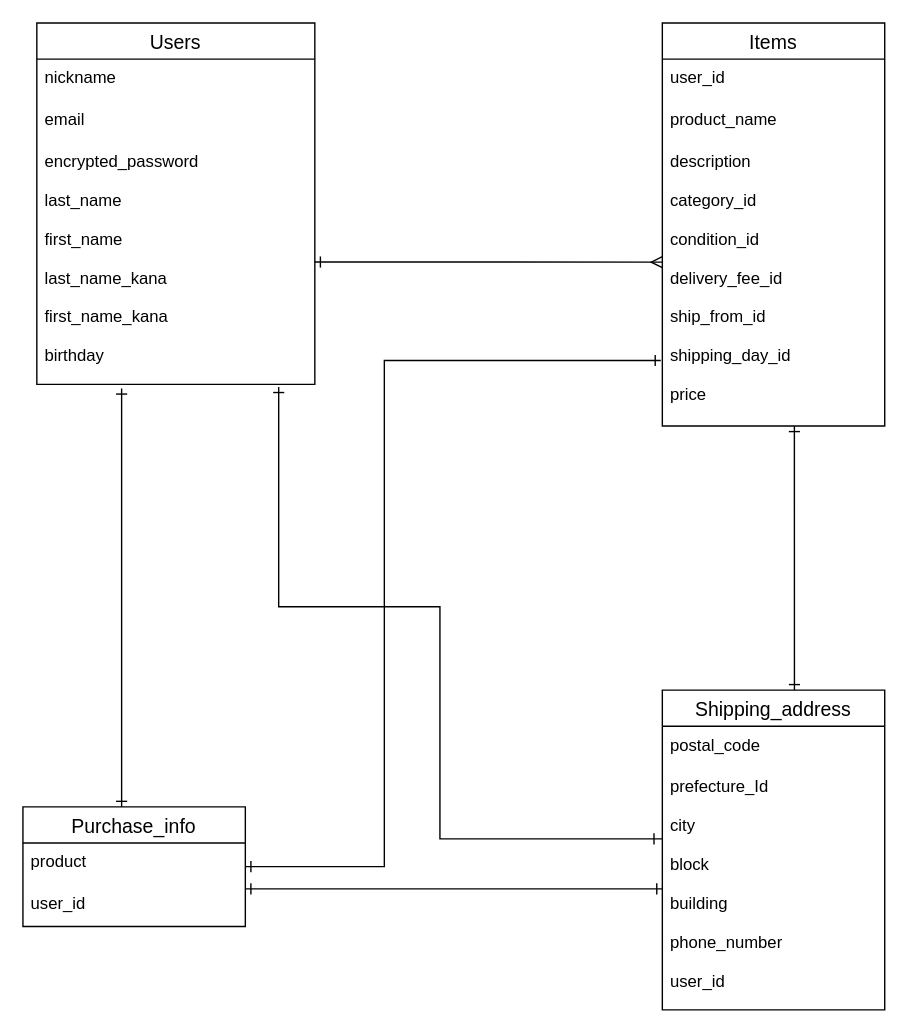
Above: furima.dio in sayura86/furima-36432 (draw.io), before the change. Source tidied: cells renumbered, new cells numbered last; positions are measured from the earlier drawing's top-left corner, leaving out a move shared by most shapes. Both pictures are drawn from the tidied source at 139%, with x=0, y=0 at pixel (22, 22).
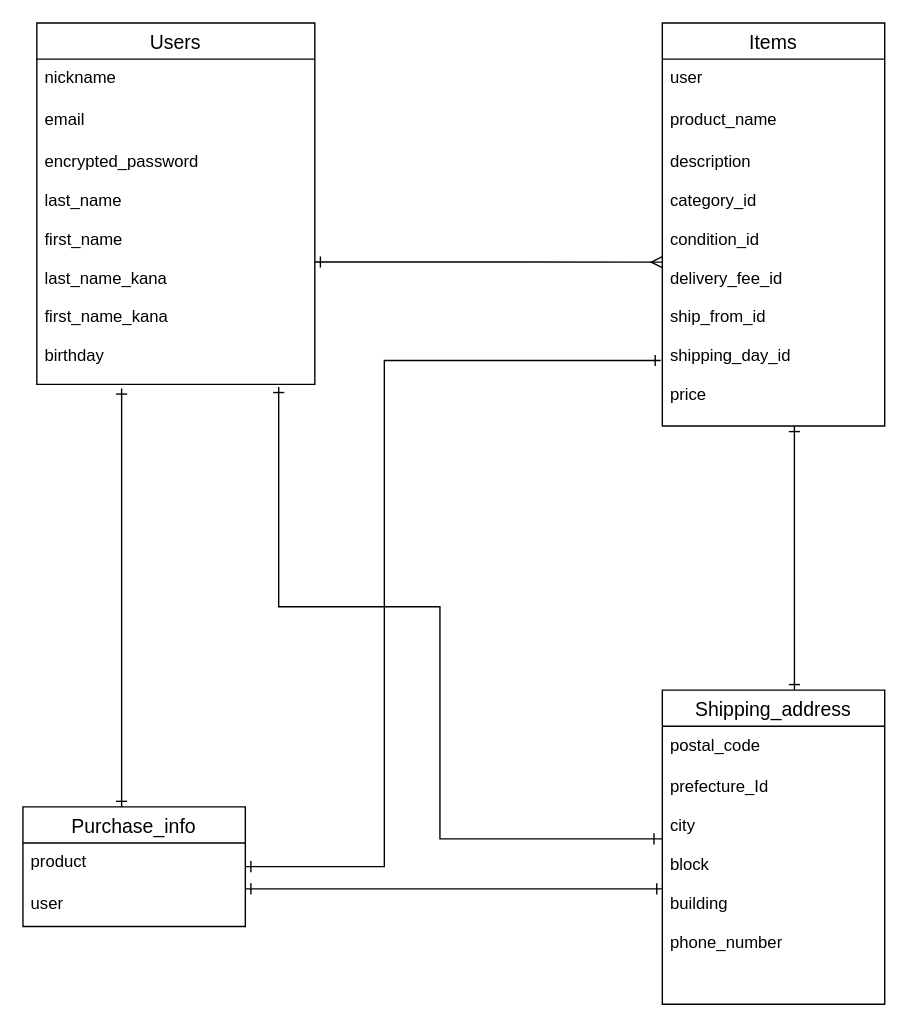
The same page after the edit.

The change refers to these unchanged cells:
```xml
<mxCell id="3" value="Purchase_info" style="swimlane;fontStyle=0;horizontal=1;startSize=26;align=center;fontSize=14;" parent="1" vertex="1">
  <mxGeometry y="564" width="160" height="86" as="geometry" />
</mxCell>
<mxCell id="10" value="Items" style="swimlane;fontStyle=0;horizontal=1;startSize=26;align=center;fontSize=14;" parent="1" vertex="1">
  <mxGeometry x="460" width="160" height="290" as="geometry" />
</mxCell>
```

Diff of the diagram source:
```diff
@@
-    <mxCell id="5" value="user_id" style="text;strokeColor=none;fillColor=none;spacingLeft=4;spacingRight=4;overflow=hidden;fontSize=12;" parent="3" vertex="1">
+    <mxCell id="5" value="user" style="text;strokeColor=none;fillColor=none;spacingLeft=4;spacingRight=4;overflow=hidden;fontSize=12;" parent="3" vertex="1">
       <mxGeometry y="56" width="160" height="30" as="geometry" />
     </mxCell>
@@
-    <mxCell id="11" value="user_id" style="text;strokeColor=none;fillColor=none;spacingLeft=4;spacingRight=4;overflow=hidden;fontSize=12;" parent="10" vertex="1">
+    <mxCell id="11" value="user" style="text;strokeColor=none;fillColor=none;spacingLeft=4;spacingRight=4;overflow=hidden;fontSize=12;" parent="10" vertex="1">
       <mxGeometry y="26" width="160" height="30" as="geometry" />
     </mxCell>
@@
     <mxCell id="14" value="Shipping_address" style="swimlane;fontStyle=0;horizontal=1;startSize=26;align=center;fontSize=14;" parent="1" vertex="1">
-      <mxGeometry x="460" y="480" width="160" height="230" as="geometry" />
+      <mxGeometry x="460" y="480" width="160" height="226" as="geometry" />
     </mxCell>
@@
-    <mxCell id="16" value="prefecture_Id&#10;&#10;city&#10;&#10;block&#10;&#10;building&#10;&#10;phone_number&#10;&#10;user_id" style="text;strokeColor=none;fillColor=none;spacingLeft=4;spacingRight=4;overflow=hidden;fontSize=12;" parent="14" vertex="1">
-      <mxGeometry y="56" width="160" height="174" as="geometry" />
+    <mxCell id="16" value="prefecture_Id&#10;&#10;city&#10;&#10;block&#10;&#10;building&#10;&#10;phone_number" style="text;strokeColor=none;fillColor=none;spacingLeft=4;spacingRight=4;overflow=hidden;fontSize=12;" parent="14" vertex="1">
+      <mxGeometry y="56" width="160" height="170" as="geometry" />
     </mxCell>
```
